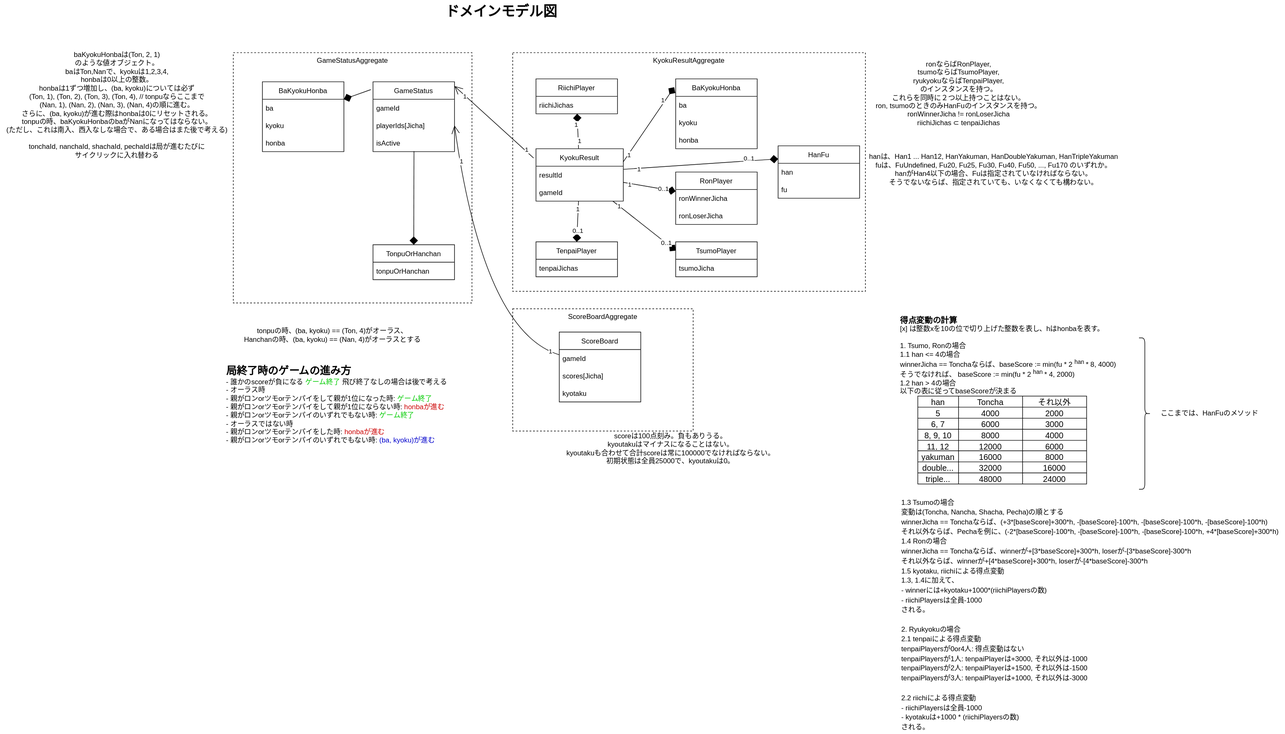
Above: docs/model.drawio.svg in landcelita/mahjong-management-bot (draw.io), before the change. Source tidied: cells renumbered, new cells last; positions are measured from the earlier drawing's top-left corner, leaving out a move shared by most shapes.
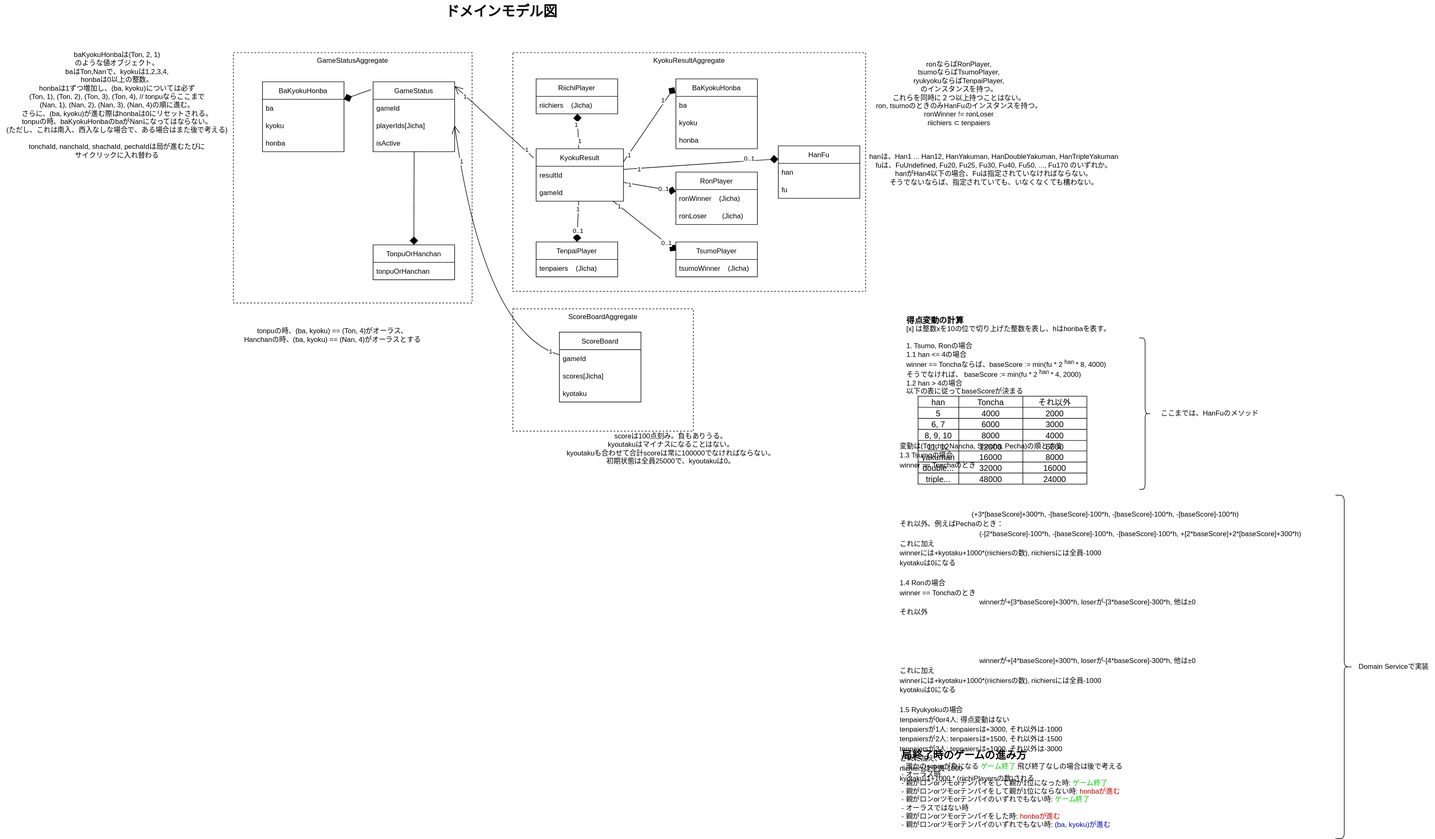
The same diagram one commit later.

Diff of the diagram source:
```diff
@@ -104,7 +104,7 @@
     <mxCell id="35" value="RiichiPlayer" style="swimlane;fontStyle=0;horizontal=1;startSize=30;fillColor=none;" parent="1" vertex="1">
       <mxGeometry x="920" y="135" width="140" height="60" as="geometry" />
     </mxCell>
-    <mxCell id="36" value="riichiJichas" style="text;strokeColor=none;fillColor=none;align=left;verticalAlign=middle;spacingLeft=4;spacingRight=4;overflow=hidden;points=[[0,0.5],[1,0.5]];portConstraint=eastwest;" parent="35" vertex="1">
+    <mxCell id="36" value="riichiers    (Jicha)" style="text;strokeColor=none;fillColor=none;align=left;verticalAlign=middle;spacingLeft=4;spacingRight=4;overflow=hidden;points=[[0,0.5],[1,0.5]];portConstraint=eastwest;" parent="35" vertex="1">
       <mxGeometry y="30" width="140" height="30" as="geometry" />
     </mxCell>
     <mxCell id="37" value="BaKyokuHonba" style="swimlane;fontStyle=0;horizontal=1;startSize=30;fillColor=none;" parent="1" vertex="1">
@@ -122,22 +122,22 @@
     <mxCell id="41" value="RonPlayer" style="swimlane;fontStyle=0;horizontal=1;startSize=30;fillColor=none;" parent="1" vertex="1">
       <mxGeometry x="1160" y="295" width="140" height="90" as="geometry" />
     </mxCell>
-    <mxCell id="42" value="ronWinnerJicha" style="text;strokeColor=none;fillColor=none;align=left;verticalAlign=middle;spacingLeft=4;spacingRight=4;overflow=hidden;points=[[0,0.5],[1,0.5]];portConstraint=eastwest;" parent="41" vertex="1">
+    <mxCell id="42" value="ronWinner    (Jicha)" style="text;strokeColor=none;fillColor=none;align=left;verticalAlign=middle;spacingLeft=4;spacingRight=4;overflow=hidden;points=[[0,0.5],[1,0.5]];portConstraint=eastwest;" parent="41" vertex="1">
       <mxGeometry y="30" width="140" height="30" as="geometry" />
     </mxCell>
-    <mxCell id="43" value="ronLoserJicha" style="text;strokeColor=none;fillColor=none;align=left;verticalAlign=middle;spacingLeft=4;spacingRight=4;overflow=hidden;" parent="41" vertex="1">
+    <mxCell id="43" value="ronLoser        (Jicha)" style="text;strokeColor=none;fillColor=none;align=left;verticalAlign=middle;spacingLeft=4;spacingRight=4;overflow=hidden;" parent="41" vertex="1">
       <mxGeometry y="60" width="140" height="30" as="geometry" />
     </mxCell>
     <mxCell id="44" value="TsumoPlayer" style="swimlane;fontStyle=0;horizontal=1;startSize=30;fillColor=none;" parent="1" vertex="1">
       <mxGeometry x="1160" y="415" width="140" height="60" as="geometry" />
     </mxCell>
-    <mxCell id="45" value="tsumoJicha" style="text;strokeColor=none;fillColor=none;align=left;verticalAlign=middle;spacingLeft=4;spacingRight=4;overflow=hidden;" parent="44" vertex="1">
+    <mxCell id="45" value="tsumoWinner    (Jicha)" style="text;strokeColor=none;fillColor=none;align=left;verticalAlign=middle;spacingLeft=4;spacingRight=4;overflow=hidden;" parent="44" vertex="1">
       <mxGeometry y="30" width="140" height="30" as="geometry" />
     </mxCell>
     <mxCell id="46" value="TenpaiPlayer" style="swimlane;fontStyle=0;horizontal=1;startSize=30;fillColor=none;" parent="1" vertex="1">
       <mxGeometry x="920" y="415" width="140" height="60" as="geometry" />
     </mxCell>
-    <mxCell id="47" value="tenpaiJichas" style="text;strokeColor=none;fillColor=none;align=left;verticalAlign=middle;spacingLeft=4;spacingRight=4;overflow=hidden;" parent="46" vertex="1">
+    <mxCell id="47" value="tenpaiers    (Jicha)" style="text;strokeColor=none;fillColor=none;align=left;verticalAlign=middle;spacingLeft=4;spacingRight=4;overflow=hidden;" parent="46" vertex="1">
       <mxGeometry y="30" width="140" height="30" as="geometry" />
     </mxCell>
     <mxCell id="48" style="edgeStyle=none;html=1;endArrow=open;endFill=0;startSize=6;endSize=12;strokeWidth=1;jumpStyle=none;curved=1;entryX=1;entryY=0.5;entryDx=0;entryDy=0;" parent="1" edge="1" source="51" target="7">
@@ -184,9 +184,9 @@
       <mxGeometry y="85" width="400" height="190" as="geometry" />
     </mxCell>
     <mxCell id="61" value="&lt;div&gt;&lt;font size=&quot;1&quot;&gt;&lt;b style=&quot;font-size: 18px&quot;&gt;局終了時のゲームの進み方&lt;/b&gt;&lt;/font&gt;&lt;/div&gt;&lt;div&gt;- 誰かのscoreが負になる　&lt;font color=&quot;#00cc00&quot;&gt;ゲーム終了&lt;/font&gt;　&lt;span&gt;飛び終了なしの場合は後で考える&lt;/span&gt;&lt;/div&gt;&lt;div&gt;- オーラス時&lt;/div&gt;&lt;div&gt;&amp;nbsp; - 親がロンorツモorテンパイをして親が1位になった時:　&lt;font color=&quot;#00cc00&quot;&gt;ゲーム終了&lt;/font&gt;&lt;/div&gt;&lt;div&gt;&amp;nbsp; - 親がロンorツモorテンパイをして親が1位にならない時:　&lt;font color=&quot;#cc0000&quot;&gt;honbaが進む&lt;/font&gt;&lt;/div&gt;&lt;div&gt;&amp;nbsp; - 親がロンorツモorテンパイのいずれでもない時:　&lt;font color=&quot;#00cc00&quot;&gt;ゲーム終了&lt;/font&gt;&lt;/div&gt;&lt;div&gt;- オーラスではない時&lt;/div&gt;&lt;div&gt;&amp;nbsp; - 親がロンorツモorテンパイをした時:　&lt;font color=&quot;#cc0000&quot;&gt;honbaが進む&lt;/font&gt;&lt;/div&gt;&lt;div&gt;&amp;nbsp; - 親がロンorツモorテンパイのいずれでもない時:　&lt;font color=&quot;#0000cc&quot;&gt;(ba, kyoku)が進む&lt;/font&gt;&lt;/div&gt;" style="text;html=1;align=left;verticalAlign=middle;strokeColor=none;fillColor=none;" parent="1" vertex="1">
-      <mxGeometry x="386" y="630" width="410" height="130" as="geometry" />
+      <mxGeometry x="1546" y="1290" width="410" height="130" as="geometry" />
     </mxCell>
-    <mxCell id="62" value="ronならばRonPlayer,&lt;br&gt;tsumoならばTsumoPlayer,&lt;br&gt;ryukyokuならばTenpaiPlayer,&lt;br&gt;のインスタンスを持つ。&lt;br&gt;これらを同時に２つ以上持つことはない。&lt;br&gt;ron, tsumoのときのみHanFuのインスタンスを持つ。&lt;br&gt;ronWinnerJicha != ronLoserJicha&lt;br&gt;riichiJichas ⊂ tenpaiJichas" style="text;html=1;align=center;verticalAlign=middle;strokeColor=none;fillColor=none;fontSize=12;fontColor=#000000;" parent="1" vertex="1">
+    <mxCell id="62" value="ronならばRonPlayer,&lt;br&gt;tsumoならばTsumoPlayer,&lt;br&gt;ryukyokuならばTenpaiPlayer,&lt;br&gt;のインスタンスを持つ。&lt;br&gt;これらを同時に２つ以上持つことはない。&lt;br&gt;ron, tsumoのときのみHanFuのインスタンスを持つ。&lt;br&gt;ronWinner != ronLoser&lt;br&gt;riichiers ⊂ tenpaiers" style="text;html=1;align=center;verticalAlign=middle;strokeColor=none;fillColor=none;fontSize=12;fontColor=#000000;" parent="1" vertex="1">
       <mxGeometry x="1496" y="100" width="300" height="120" as="geometry" />
     </mxCell>
     <mxCell id="63" value="tonpuの時、(ba, kyoku) == (Ton, 4)がオーラス、&lt;br&gt;Hanchanの時、(ba, kyoku) == (Nan, 4)がオーラスとする" style="text;html=1;align=center;verticalAlign=middle;strokeColor=none;fillColor=none;fontSize=12;fontColor=#000000;" parent="1" vertex="1">
@@ -216,8 +216,8 @@
     <mxCell id="71" style="group;" parent="1" vertex="1">
       <mxGeometry x="1536" y="540" width="390" height="291" as="geometry" />
     </mxCell>
-    <mxCell id="72" value="&lt;div style=&quot;text-align: left&quot;&gt;&lt;b&gt;&lt;font style=&quot;font-size: 14px&quot;&gt;得点変動の計算&lt;/font&gt;&lt;/b&gt;&lt;/div&gt;&lt;div style=&quot;text-align: left&quot;&gt;&lt;font style=&quot;font-size: 12px&quot;&gt;[x] は整数xを10の位で切り上げた整数を表し、hはhonbaを表す。&lt;/font&gt;&lt;/div&gt;&lt;div style=&quot;text-align: left&quot;&gt;&lt;font style=&quot;font-size: 12px&quot;&gt;&lt;br&gt;&lt;/font&gt;&lt;/div&gt;&lt;div style=&quot;text-align: left&quot;&gt;&lt;font style=&quot;font-size: 12px&quot;&gt;1. Tsumo, Ronの場合&lt;/font&gt;&lt;/div&gt;&lt;div style=&quot;text-align: left&quot;&gt;&lt;font style=&quot;font-size: 12px&quot;&gt;1.1 han &amp;lt;= 4の場合&lt;/font&gt;&lt;/div&gt;&lt;div style=&quot;text-align: left&quot;&gt;&lt;font style=&quot;font-size: 12px&quot;&gt;winnerJicha == Tonchaならば、baseScore := min(fu * 2&lt;sup&gt;han&amp;nbsp;&lt;/sup&gt;* 8, 4000)&lt;/font&gt;&lt;/div&gt;&lt;div style=&quot;text-align: left&quot;&gt;&lt;font style=&quot;font-size: 12px&quot;&gt;そうでなければ、 baseScore := min(fu * 2&lt;sup&gt;han&amp;nbsp;&lt;/sup&gt;* 4, 2000)&lt;/font&gt;&lt;/div&gt;&lt;div style=&quot;text-align: left&quot;&gt;&lt;font style=&quot;font-size: 12px&quot;&gt;1.2 han &amp;gt; 4の場合&lt;/font&gt;&lt;/div&gt;&lt;div style=&quot;text-align: left&quot;&gt;以下の表に従ってbaseScoreが決まる&lt;/div&gt;" style="text;html=1;align=center;verticalAlign=middle;strokeColor=none;fillColor=none;" parent="71" vertex="1">
-      <mxGeometry x="5" width="380" height="140" as="geometry" />
+    <mxCell id="72" value="&lt;div style=&quot;text-align: left&quot;&gt;&lt;b&gt;&lt;font style=&quot;font-size: 14px&quot;&gt;得点変動の計算&lt;/font&gt;&lt;/b&gt;&lt;/div&gt;&lt;div style=&quot;text-align: left&quot;&gt;&lt;font style=&quot;font-size: 12px&quot;&gt;[x] は整数xを10の位で切り上げた整数を表し、hはhonbaを表す。&lt;/font&gt;&lt;/div&gt;&lt;div style=&quot;text-align: left&quot;&gt;&lt;font style=&quot;font-size: 12px&quot;&gt;&lt;br&gt;&lt;/font&gt;&lt;/div&gt;&lt;div style=&quot;text-align: left&quot;&gt;&lt;font style=&quot;font-size: 12px&quot;&gt;1. Tsumo, Ronの場合&lt;/font&gt;&lt;/div&gt;&lt;div style=&quot;text-align: left&quot;&gt;&lt;font style=&quot;font-size: 12px&quot;&gt;1.1 han &amp;lt;= 4の場合&lt;/font&gt;&lt;/div&gt;&lt;div style=&quot;text-align: left&quot;&gt;&lt;font style=&quot;font-size: 12px&quot;&gt;winner == Tonchaならば、baseScore := min(fu * 2&lt;sup&gt;han&amp;nbsp;&lt;/sup&gt;* 8, 4000)&lt;/font&gt;&lt;/div&gt;&lt;div style=&quot;text-align: left&quot;&gt;&lt;font style=&quot;font-size: 12px&quot;&gt;そうでなければ、 baseScore := min(fu * 2&lt;sup&gt;han&amp;nbsp;&lt;/sup&gt;* 4, 2000)&lt;/font&gt;&lt;/div&gt;&lt;div style=&quot;text-align: left&quot;&gt;&lt;font style=&quot;font-size: 12px&quot;&gt;1.2 han &amp;gt; 4の場合&lt;/font&gt;&lt;/div&gt;&lt;div style=&quot;text-align: left&quot;&gt;以下の表に従ってbaseScoreが決まる&lt;/div&gt;" style="text;html=1;align=center;verticalAlign=middle;strokeColor=none;fillColor=none;" parent="71" vertex="1">
+      <mxGeometry x="10" width="370" height="140" as="geometry" />
     </mxCell>
     <mxCell id="73" style="shape=table;startSize=0;labelBackgroundColor=none;fontSize=12;" parent="71" vertex="1">
       <mxGeometry x="40" y="140" width="290" height="151" as="geometry" />
@@ -318,8 +318,8 @@
     <mxCell id="105" value="24000" style="shape=partialRectangle;html=1;whiteSpace=wrap;overflow=hidden;fillColor=none;top=0;left=0;bottom=0;right=0;labelBackgroundColor=none;fontSize=14;" parent="102" vertex="1">
       <mxGeometry x="180" width="110" height="19" as="geometry" />
     </mxCell>
-    <mxCell id="106" value="&lt;span style=&quot;font-size: 12px&quot;&gt;1.3 Tsumoの場合&lt;br&gt;変動は(Toncha, Nancha, Shacha, Pecha)の順とする&lt;br&gt;winnerJicha == Tonchaならば、(+3*[baseScore]+300*h, -[baseScore]-100*h, -[baseScore]-100*h, -[baseScore]-100*h)&lt;br&gt;それ以外ならば、Pechaを例に、(-2*[baseScore]-100*h, -[baseScore]-100*h, -[baseScore]-100*h, +4*[baseScore]+300*h)&lt;br&gt;1.4 Ronの場合&lt;br&gt;winnerJicha == Tonchaならば、winnerが+[3*baseScore]+300*h, loserが-[3*baseScore]-300*h&lt;br&gt;それ以外ならば、winnerが+[4*baseScore]+300*h, loserが-[4*baseScore]-300*h&lt;br&gt;1.5 kyotaku, riichiによる得点変動&lt;br&gt;1.3, 1.4に加えて、&lt;br&gt;&amp;nbsp;- winnerには+kyotaku+1000*(riichiPlayersの数)&lt;br&gt;&amp;nbsp;- riichiPlayersは全員-1000&lt;br&gt;される。&lt;br&gt;&lt;br&gt;2. Ryukyokuの場合&lt;br&gt;2.1 tenpaiによる得点変動&lt;br&gt;tenpaiPlayersが0or4人: 得点変動はない&lt;br&gt;tenpaiPlayersが1人: tenpaiPlayerは+3000, それ以外は-1000&lt;br&gt;tenpaiPlayersが2人: tenpaiPlayerは+1500, それ以外は-1500&lt;br&gt;tenpaiPlayersが3人: tenpaiPlayerは+1000, それ以外は-3000&lt;br&gt;&lt;br&gt;2.2 riichiによる得点変動&lt;br&gt;&amp;nbsp;- riichiPlayersは全員-1000&lt;br&gt;&amp;nbsp;- kyotakuは+1000 * (riichiPlayersの数)&lt;br&gt;される。&lt;br&gt;&lt;/span&gt;" style="text;html=1;align=left;verticalAlign=middle;strokeColor=none;fillColor=none;fontSize=14;" parent="1" vertex="1">
-      <mxGeometry x="1546" y="850" width="660" height="410" as="geometry" />
+    <mxCell id="106" value="&lt;span style=&quot;font-size: 12px&quot;&gt;変動は(Toncha, Nancha, Shacha, Pecha)の順とする&lt;/span&gt;&lt;span style=&quot;font-size: 12px&quot;&gt;&lt;br&gt;1.3 Tsumoの場合&lt;br&gt;winner == Tonchaのとき&lt;span style=&quot;white-space: pre&quot;&gt;&#9;&lt;/span&gt;&lt;span style=&quot;white-space: pre&quot;&gt;&lt;span style=&quot;white-space: pre&quot;&gt;&#9;&lt;/span&gt;&lt;/span&gt;&lt;span style=&quot;white-space: pre&quot;&gt;&#9;&lt;/span&gt;(+3*[baseScore]+300*h, -[baseScore]-100*h, -[baseScore]-100*h, -[baseScore]-100*h)&lt;br&gt;それ以外、例えばPechaのとき：&lt;span&gt;&#9;&lt;span style=&quot;white-space: pre&quot;&gt;&#9;&lt;/span&gt;&lt;/span&gt;(-[2*baseScore]-100*h, -[baseScore]-100*h, -[baseScore]-100*h, +[2*baseScore]+2*[baseScore]+300*h)&lt;br&gt;これに加え&lt;br&gt;winnerには+kyotaku+1000*(riichiersの数), riichiersには全員-1000&lt;br&gt;kyotakuは0になる&lt;br&gt;&lt;br&gt;1.4 Ronの場合&lt;br&gt;winner == Tonchaのとき&lt;span&gt;&#9;&lt;span style=&quot;white-space: pre&quot;&gt;&#9;&lt;/span&gt;&lt;/span&gt;winnerが+[3*baseScore]+300*h, loserが-[3*baseScore]-300*h, 他は±0&lt;br&gt;それ以外&lt;span&gt;&#9;&lt;span style=&quot;white-space: pre&quot;&gt;&#9;&lt;/span&gt;&lt;span style=&quot;white-space: pre&quot;&gt;&#9;&lt;/span&gt;&lt;span style=&quot;white-space: pre&quot;&gt;&#9;&lt;/span&gt;&lt;span style=&quot;white-space: pre&quot;&gt;&#9;&lt;/span&gt;&lt;span style=&quot;white-space: pre&quot;&gt;&#9;&lt;/span&gt;&lt;/span&gt;winnerが+[4*baseScore]+300*h, loserが-[4*baseScore]-300*h, 他は±0&lt;br&gt;&lt;/span&gt;&lt;span style=&quot;font-size: 12px&quot;&gt;これに加え&lt;/span&gt;&lt;br style=&quot;font-size: 12px&quot;&gt;&lt;span style=&quot;font-size: 12px&quot;&gt;winnerには+kyotaku+1000*(riichiersの数), riichiersには全員-1000&lt;br&gt;&lt;/span&gt;&lt;span style=&quot;font-size: 12px&quot;&gt;kyotakuは0になる&lt;br&gt;&lt;br&gt;1.5 Ryukyokuの場合&lt;br&gt;tenpaiersが0or4人: 得点変動はない&lt;br&gt;tenpaiersが1人: tenpaiersは+3000, それ以外は-1000&lt;br&gt;tenpaiersが2人: tenpaiersは+1500, それ以外は-1500&lt;br&gt;tenpaiersが3人: tenpaiersは+1000, それ以外は-3000&lt;br&gt;これに加え、&lt;br&gt;riichiersは全員-1000&lt;br&gt;kyotakuは+1000 * (riichiPlayersの数)される&lt;br&gt;&lt;/span&gt;" style="text;html=1;align=left;verticalAlign=middle;strokeColor=none;fillColor=none;fontSize=14;" parent="1" vertex="1">
+      <mxGeometry x="1543" y="850" width="750" height="400" as="geometry" />
     </mxCell>
     <mxCell id="107" style="shape=curlyBracket;whiteSpace=wrap;html=1;rounded=1;flipH=1;" parent="1" vertex="1">
       <mxGeometry x="1956" y="580" width="20" height="260" as="geometry" />
@@ -327,5 +327,11 @@
     <mxCell id="108" value="ここまでは、HanFuのメソッド" style="text;html=1;align=center;verticalAlign=middle;strokeColor=none;fillColor=none;" parent="1" vertex="1">
       <mxGeometry x="1987" y="700" width="180" height="20" as="geometry" />
     </mxCell>
+    <mxCell id="109" style="shape=curlyBracket;whiteSpace=wrap;html=1;rounded=1;flipH=1;" parent="1" vertex="1">
+      <mxGeometry x="2293" y="850" width="30" height="590" as="geometry" />
+    </mxCell>
+    <mxCell id="110" value="Domain Serviceで実装" style="text;html=1;align=center;verticalAlign=middle;strokeColor=none;fillColor=none;" parent="1" vertex="1">
+      <mxGeometry x="2323" y="1135" width="140" height="20" as="geometry" />
+    </mxCell>
   </root>
 </mxGraphModel>
```
